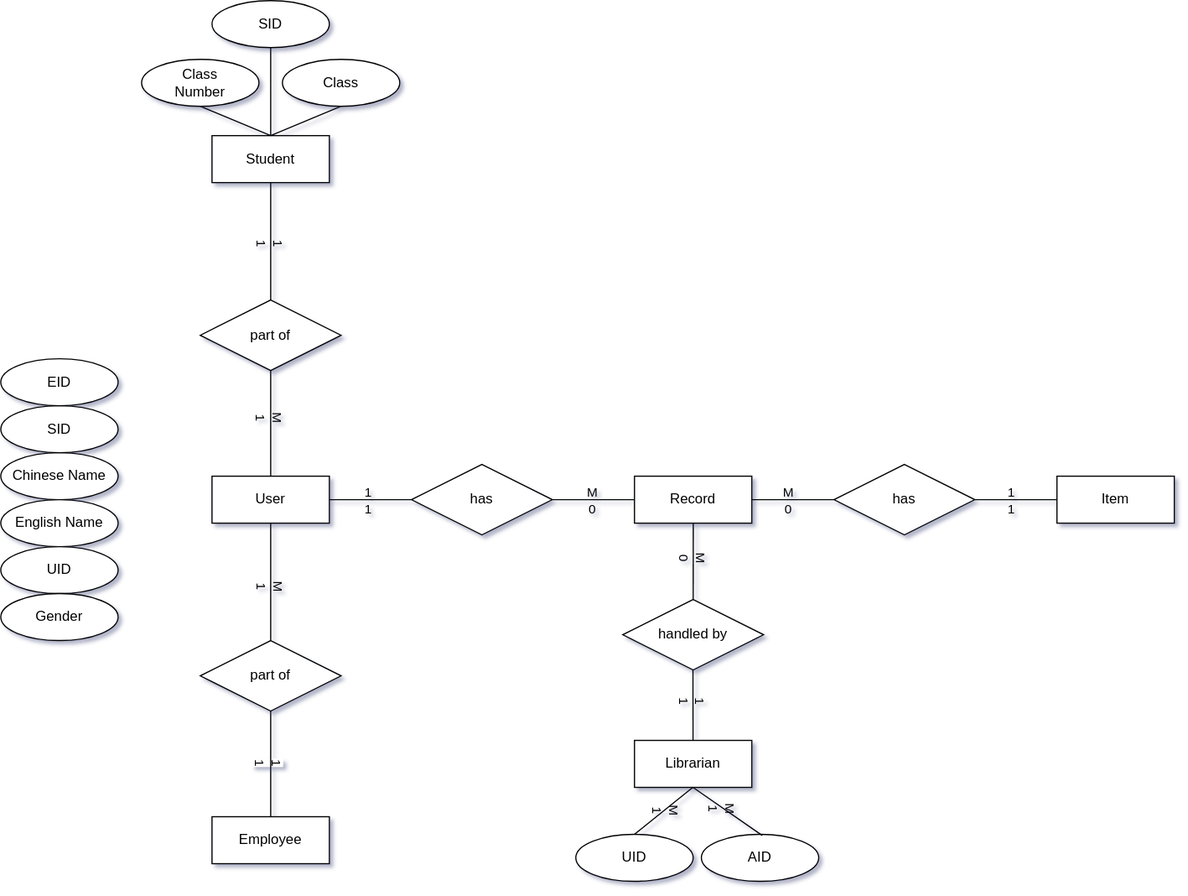
Above: SBAdiagram.drawio.svg in bekfstman/LibrarySystem (draw.io), before the change. Source tidied: cells renumbered, new cells last; positions are measured from the earlier drawing's top-left corner, leaving out a move shared by most shapes.
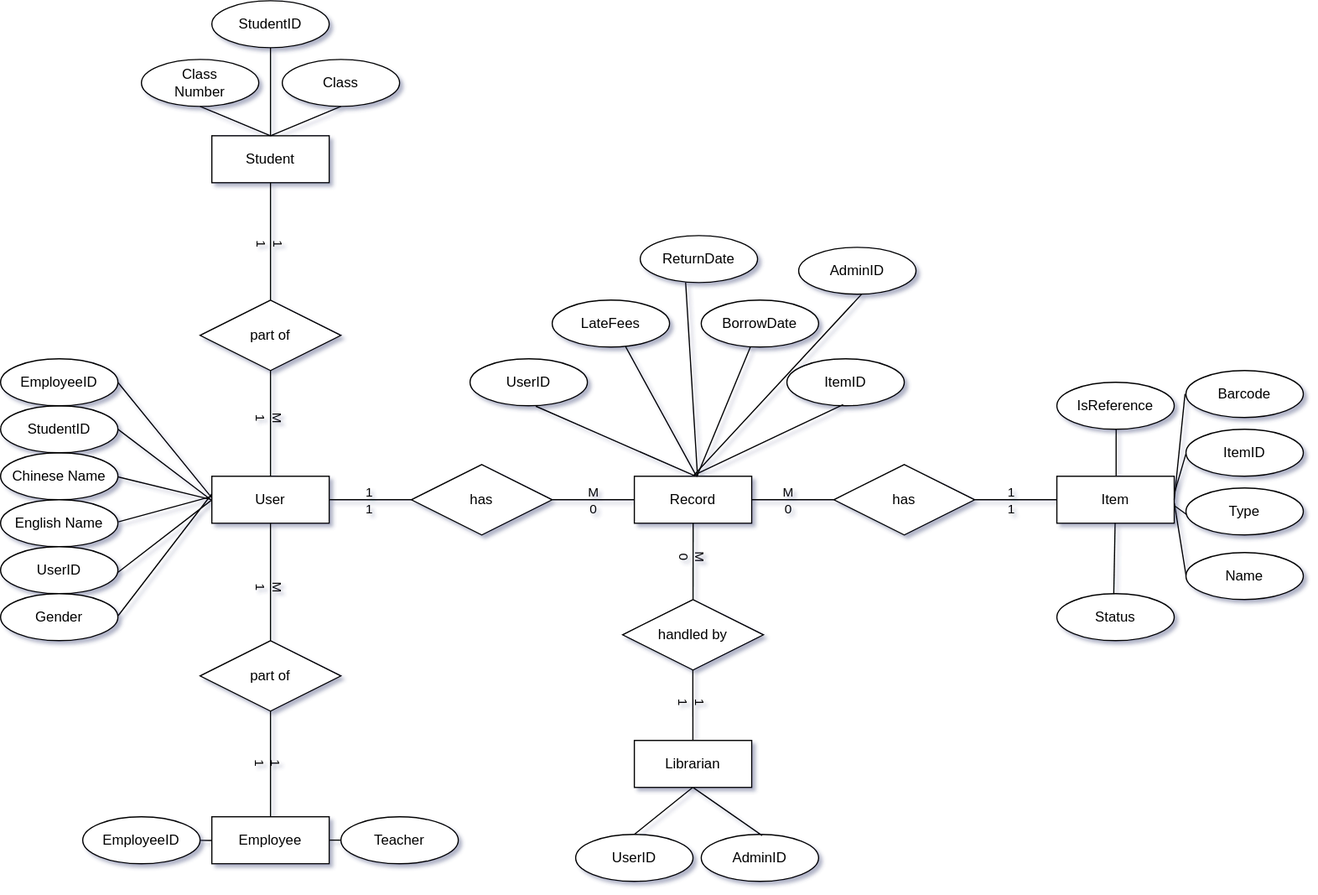
Above is the later version.

What changed in the source:
```diff
@@ -2,7 +2,7 @@
   <root>
     <mxCell id="0" />
     <mxCell id="1" parent="0" />
-    <mxCell id="2" value="1&lt;div&gt;1&lt;/div&gt;" style="edgeLabel;html=1;align=center;verticalAlign=middle;rotation=90;" parent="1" vertex="1">
+    <mxCell id="2" value="1&lt;div&gt;1&lt;/div&gt;" style="edgeLabel;html=1;align=center;verticalAlign=middle;rotation=90;labelBackgroundColor=none;" parent="1" vertex="1">
       <mxGeometry x="240" y="510" as="geometry">
         <mxPoint x="139" y="11" as="offset" />
       </mxGeometry>
@@ -135,19 +135,19 @@
     <mxCell id="38" value="English Name" style="ellipse;whiteSpace=wrap;html=1;align=center;" parent="1" vertex="1">
       <mxGeometry y="425" width="100" height="40" as="geometry" />
     </mxCell>
-    <mxCell id="39" value="UID" style="ellipse;whiteSpace=wrap;html=1;align=center;" parent="1" vertex="1">
+    <mxCell id="39" value="UserID" style="ellipse;whiteSpace=wrap;html=1;align=center;" parent="1" vertex="1">
       <mxGeometry y="465" width="100" height="40" as="geometry" />
     </mxCell>
     <mxCell id="40" value="Gender" style="ellipse;whiteSpace=wrap;html=1;align=center;" parent="1" vertex="1">
       <mxGeometry y="505" width="100" height="40" as="geometry" />
     </mxCell>
-    <mxCell id="41" value="SID" style="ellipse;whiteSpace=wrap;html=1;align=center;" parent="1" vertex="1">
+    <mxCell id="41" value="StudentID" style="ellipse;whiteSpace=wrap;html=1;align=center;" parent="1" vertex="1">
       <mxGeometry y="345" width="100" height="40" as="geometry" />
     </mxCell>
-    <mxCell id="42" value="EID" style="ellipse;whiteSpace=wrap;html=1;align=center;" parent="1" vertex="1">
+    <mxCell id="42" value="EmployeeID" style="ellipse;whiteSpace=wrap;html=1;align=center;" parent="1" vertex="1">
       <mxGeometry y="305" width="100" height="40" as="geometry" />
     </mxCell>
-    <mxCell id="43" value="SID" style="ellipse;whiteSpace=wrap;html=1;align=center;" parent="1" vertex="1">
+    <mxCell id="43" value="StudentID" style="ellipse;whiteSpace=wrap;html=1;align=center;" parent="1" vertex="1">
       <mxGeometry x="180" width="100" height="40" as="geometry" />
     </mxCell>
     <mxCell id="44" style="endArrow=none;html=1;rounded=0;exitX=0.5;exitY=1.001;exitDx=0;exitDy=0;exitPerimeter=0;" parent="1" edge="1" source="43">
@@ -155,7 +155,7 @@
         <mxPoint x="230" y="115" as="targetPoint" />
       </mxGeometry>
     </mxCell>
-    <mxCell id="45" value="UID" style="ellipse;whiteSpace=wrap;html=1;align=center;" parent="1" vertex="1">
+    <mxCell id="45" value="UserID" style="ellipse;whiteSpace=wrap;html=1;align=center;" parent="1" vertex="1">
       <mxGeometry x="490" y="710" width="100" height="40" as="geometry" />
     </mxCell>
     <mxCell id="46" style="endArrow=none;html=1;rounded=0;exitX=0.501;exitY=1.004;exitDx=0;exitDy=0;exitPerimeter=0;entryX=0.5;entryY=0;entryDx=0;entryDy=0;entryPerimeter=0;" parent="1" edge="1" target="45">
@@ -163,21 +163,128 @@
         <mxPoint x="589.7" y="670" as="sourcePoint" />
       </mxGeometry>
     </mxCell>
-    <mxCell id="47" value="M&lt;br&gt;&lt;div&gt;1&lt;/div&gt;" style="edgeLabel;html=1;align=center;verticalAlign=middle;rotation=90;labelBackgroundColor=none;" parent="46" vertex="1">
-      <mxGeometry x="-0.12" y="1" relative="1" as="geometry">
-        <mxPoint x="-1" as="offset" />
-      </mxGeometry>
-    </mxCell>
-    <mxCell id="48" value="AID" style="ellipse;whiteSpace=wrap;html=1;align=center;" parent="1" vertex="1">
+    <mxCell id="48" value="AdminID" style="ellipse;whiteSpace=wrap;html=1;align=center;" parent="1" vertex="1">
       <mxGeometry x="597" y="710" width="100" height="40" as="geometry" />
     </mxCell>
     <mxCell id="49" style="endArrow=none;html=1;rounded=0;exitX=0.498;exitY=0.999;exitDx=0;exitDy=0;exitPerimeter=0;entryX=0.519;entryY=0.025;entryDx=0;entryDy=0;entryPerimeter=0;" parent="1" edge="1" source="31" target="48">
       <mxGeometry relative="1" as="geometry" />
     </mxCell>
-    <mxCell id="50" value="&lt;div&gt;M&lt;/div&gt;&lt;div&gt;1&lt;/div&gt;" style="edgeLabel;html=1;align=center;verticalAlign=middle;rotation=90;labelBackgroundColor=none;" parent="49" vertex="1">
-      <mxGeometry x="-0.12" y="1" relative="1" as="geometry">
-        <mxPoint x="-1" as="offset" />
-      </mxGeometry>
-    </mxCell>
+    <mxCell id="51" value="Teacher" style="ellipse;whiteSpace=wrap;html=1;align=center;" parent="1" vertex="1">
+      <mxGeometry x="290" y="695" width="100" height="40" as="geometry" />
+    </mxCell>
+    <mxCell id="52" value="EmployeeID" style="ellipse;whiteSpace=wrap;html=1;align=center;" parent="1" vertex="1">
+      <mxGeometry x="70" y="695" width="100" height="40" as="geometry" />
+    </mxCell>
+    <mxCell id="53" value="Type" style="ellipse;whiteSpace=wrap;html=1;align=center;" parent="1" vertex="1">
+      <mxGeometry x="1010" y="415" width="100" height="40" as="geometry" />
+    </mxCell>
+    <mxCell id="54" value="Name" style="ellipse;whiteSpace=wrap;html=1;align=center;" parent="1" vertex="1">
+      <mxGeometry x="1010" y="470" width="100" height="40" as="geometry" />
+    </mxCell>
+    <mxCell id="55" value="ItemID" style="ellipse;whiteSpace=wrap;html=1;align=center;" parent="1" vertex="1">
+      <mxGeometry x="1010" y="365" width="100" height="40" as="geometry" />
+    </mxCell>
+    <mxCell id="56" value="Barcode" style="ellipse;whiteSpace=wrap;html=1;align=center;" parent="1" vertex="1">
+      <mxGeometry x="1010" y="315" width="100" height="40" as="geometry" />
+    </mxCell>
+    <mxCell id="57" value="Status" style="ellipse;whiteSpace=wrap;html=1;align=center;" parent="1" vertex="1">
+      <mxGeometry x="900" y="505" width="100" height="40" as="geometry" />
+    </mxCell>
+    <mxCell id="58" value="UserID" style="ellipse;whiteSpace=wrap;html=1;align=center;" parent="1" vertex="1">
+      <mxGeometry x="400" y="305" width="100" height="40" as="geometry" />
+    </mxCell>
+    <mxCell id="59" value="AdminID" style="ellipse;whiteSpace=wrap;html=1;align=center;" parent="1" vertex="1">
+      <mxGeometry x="680" y="210" width="100" height="40" as="geometry" />
+    </mxCell>
+    <mxCell id="60" value="ItemID" style="ellipse;whiteSpace=wrap;html=1;align=center;" parent="1" vertex="1">
+      <mxGeometry x="670" y="305" width="100" height="40" as="geometry" />
+    </mxCell>
+    <mxCell id="61" value="BorrowDate" style="ellipse;whiteSpace=wrap;html=1;align=center;" parent="1" vertex="1">
+      <mxGeometry x="597" y="255" width="100" height="40" as="geometry" />
+    </mxCell>
+    <mxCell id="62" value="ReturnDate" style="ellipse;whiteSpace=wrap;html=1;align=center;" parent="1" vertex="1">
+      <mxGeometry x="545" y="200" width="100" height="40" as="geometry" />
+    </mxCell>
+    <mxCell id="63" value="LateFees" style="ellipse;whiteSpace=wrap;html=1;align=center;" parent="1" vertex="1">
+      <mxGeometry x="470" y="255" width="100" height="40" as="geometry" />
+    </mxCell>
+    <mxCell id="64" style="endArrow=none;html=1;rounded=0;exitX=0.56;exitY=1.008;exitDx=0;exitDy=0;exitPerimeter=0;entryX=0.517;entryY=-0.008;entryDx=0;entryDy=0;entryPerimeter=0;" parent="1" edge="1" source="58" target="6">
+      <mxGeometry relative="1" as="geometry" />
+    </mxCell>
+    <mxCell id="65" style="endArrow=none;html=1;rounded=0;entryX=0.506;entryY=-0.018;entryDx=0;entryDy=0;entryPerimeter=0;exitX=0.539;exitY=0.992;exitDx=0;exitDy=0;exitPerimeter=0;" parent="1" edge="1" source="59" target="6">
+      <mxGeometry relative="1" as="geometry" />
+    </mxCell>
+    <mxCell id="66" style="endArrow=none;html=1;rounded=0;exitX=0.479;exitY=0.973;exitDx=0;exitDy=0;exitPerimeter=0;entryX=0.51;entryY=-0.027;entryDx=0;entryDy=0;entryPerimeter=0;" parent="1" edge="1" source="60" target="6">
+      <mxGeometry relative="1" as="geometry" />
+    </mxCell>
+    <mxCell id="67" style="endArrow=none;html=1;rounded=0;exitX=-0.008;exitY=0.496;exitDx=0;exitDy=0;exitPerimeter=0;" parent="1" edge="1" source="56">
+      <mxGeometry relative="1" as="geometry">
+        <mxPoint x="1000" y="425" as="targetPoint" />
+      </mxGeometry>
+    </mxCell>
+    <mxCell id="68" style="endArrow=none;html=1;rounded=0;entryX=0;entryY=0.519;entryDx=0;entryDy=0;entryPerimeter=0;" parent="1" edge="1" target="55">
+      <mxGeometry relative="1" as="geometry">
+        <mxPoint x="1000" y="420" as="sourcePoint" />
+      </mxGeometry>
+    </mxCell>
+    <mxCell id="69" style="endArrow=none;html=1;rounded=0;entryX=0.009;entryY=0.57;entryDx=0;entryDy=0;entryPerimeter=0;" parent="1" edge="1" target="53">
+      <mxGeometry relative="1" as="geometry">
+        <mxPoint x="1000" y="430" as="sourcePoint" />
+      </mxGeometry>
+    </mxCell>
+    <mxCell id="70" style="endArrow=none;html=1;rounded=0;entryX=0;entryY=0.479;entryDx=0;entryDy=0;entryPerimeter=0;exitX=1.001;exitY=0.573;exitDx=0;exitDy=0;exitPerimeter=0;" parent="1" edge="1" source="7" target="54">
+      <mxGeometry relative="1" as="geometry" />
+    </mxCell>
+    <mxCell id="71" style="endArrow=none;html=1;rounded=0;entryX=0.485;entryY=0.006;entryDx=0;entryDy=0;entryPerimeter=0;" parent="1" edge="1" source="7" target="57">
+      <mxGeometry relative="1" as="geometry" />
+    </mxCell>
+    <mxCell id="72" style="endArrow=none;html=1;rounded=0;exitX=1.002;exitY=0.508;exitDx=0;exitDy=0;exitPerimeter=0;entryX=-0.001;entryY=0.457;entryDx=0;entryDy=0;entryPerimeter=0;" parent="1" edge="1" source="42" target="4">
+      <mxGeometry relative="1" as="geometry" />
+    </mxCell>
+    <mxCell id="73" value="IsReference" style="ellipse;whiteSpace=wrap;html=1;align=center;" parent="1" vertex="1">
+      <mxGeometry x="900" y="325" width="100" height="40" as="geometry" />
+    </mxCell>
+    <mxCell id="74" style="endArrow=none;html=1;rounded=0;entryX=0.505;entryY=-0.013;entryDx=0;entryDy=0;entryPerimeter=0;" parent="1" edge="1" target="7">
+      <mxGeometry relative="1" as="geometry">
+        <mxPoint x="950.5" y="365" as="sourcePoint" />
+      </mxGeometry>
+    </mxCell>
+    <mxCell id="75" style="endArrow=none;html=1;rounded=0;entryX=0.532;entryY=0.009;entryDx=0;entryDy=0;entryPerimeter=0;" parent="1" edge="1" source="61" target="6">
+      <mxGeometry relative="1" as="geometry" />
+    </mxCell>
+    <mxCell id="76" style="endArrow=none;html=1;rounded=0;exitX=0.387;exitY=0.999;exitDx=0;exitDy=0;exitPerimeter=0;entryX=0.538;entryY=-0.01;entryDx=0;entryDy=0;entryPerimeter=0;" parent="1" edge="1" source="62" target="6">
+      <mxGeometry relative="1" as="geometry" />
+    </mxCell>
+    <mxCell id="77" style="endArrow=none;html=1;rounded=0;exitX=0.625;exitY=0.988;exitDx=0;exitDy=0;exitPerimeter=0;" parent="1" edge="1" source="63">
+      <mxGeometry relative="1" as="geometry">
+        <mxPoint x="593" y="405" as="targetPoint" />
+      </mxGeometry>
+    </mxCell>
+    <mxCell id="78" style="endArrow=none;html=1;rounded=0;exitX=1.001;exitY=0.501;exitDx=0;exitDy=0;exitPerimeter=0;entryX=0.001;entryY=0.516;entryDx=0;entryDy=0;entryPerimeter=0;" parent="1" edge="1" source="41" target="4">
+      <mxGeometry relative="1" as="geometry" />
+    </mxCell>
+    <mxCell id="79" style="endArrow=none;html=1;rounded=0;exitX=0.999;exitY=0.513;exitDx=0;exitDy=0;exitPerimeter=0;entryX=-0.011;entryY=0.492;entryDx=0;entryDy=0;entryPerimeter=0;" parent="1" edge="1" source="37" target="4">
+      <mxGeometry relative="1" as="geometry" />
+    </mxCell>
+    <mxCell id="80" style="endArrow=none;html=1;rounded=0;exitX=1.004;exitY=0.47;exitDx=0;exitDy=0;exitPerimeter=0;entryX=-0.001;entryY=0.431;entryDx=0;entryDy=0;entryPerimeter=0;" parent="1" edge="1" source="38" target="4">
+      <mxGeometry relative="1" as="geometry" />
+    </mxCell>
+    <mxCell id="81" style="endArrow=none;html=1;rounded=0;exitX=1.001;exitY=0.543;exitDx=0;exitDy=0;exitPerimeter=0;entryX=-0.004;entryY=0.51;entryDx=0;entryDy=0;entryPerimeter=0;" parent="1" edge="1" source="39" target="4">
+      <mxGeometry relative="1" as="geometry" />
+    </mxCell>
+    <mxCell id="82" style="endArrow=none;html=1;rounded=0;exitX=1.002;exitY=0.469;exitDx=0;exitDy=0;exitPerimeter=0;" parent="1" edge="1" source="40">
+      <mxGeometry relative="1" as="geometry">
+        <mxPoint x="180" y="420" as="targetPoint" />
+      </mxGeometry>
+    </mxCell>
+    <mxCell id="83" style="endArrow=none;html=1;rounded=0;exitX=1.004;exitY=0.502;exitDx=0;exitDy=0;exitPerimeter=0;entryX=0.001;entryY=0.504;entryDx=0;entryDy=0;entryPerimeter=0;" parent="1" edge="1" source="52" target="5">
+      <mxGeometry relative="1" as="geometry" />
+    </mxCell>
+    <mxCell id="84" style="endArrow=none;html=1;rounded=0;exitX=1.004;exitY=0.502;exitDx=0;exitDy=0;exitPerimeter=0;entryX=0.001;entryY=0.504;entryDx=0;entryDy=0;entryPerimeter=0;" parent="1" edge="1">
+      <mxGeometry relative="1" as="geometry">
+        <mxPoint x="280" y="714.9" as="sourcePoint" />
+        <mxPoint x="290" y="714.9" as="targetPoint" />
+      </mxGeometry>
+    </mxCell>
   </root>
 </mxGraphModel>
```
